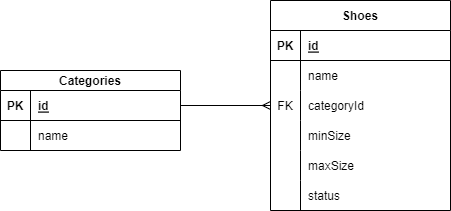
The draw.io diagram schema.drawio.png in ronaldokwan/Shoe-Store, before a commit. Source tidied: cells renumbered, new cells last; positions are measured from the earlier drawing's top-left corner, leaving out a move shared by most shapes. The source it was exported from:
```xml
<mxGraphModel>
  <root>
    <mxCell id="0" />
    <mxCell id="1" parent="0" />
    <mxCell id="2" value="Categories" style="shape=table;startSize=20;rowLines=0;fontStyle=1;align=center;" parent="1" vertex="1">
      <mxGeometry y="70" width="180" height="80" as="geometry" />
    </mxCell>
    <mxCell id="3" style="shape=tableRow;horizontal=0;startSize=0;swimlaneHead=0;swimlaneBody=0;fillColor=none;points=[[0,0.5],[1,0.5]];portConstraint=eastwest;top=0;left=0;right=0;bottom=1;" parent="2" vertex="1">
      <mxGeometry y="20" width="180" height="30" as="geometry" />
    </mxCell>
    <mxCell id="4" value="PK" style="shape=partialRectangle;fillColor=none;top=0;left=0;bottom=0;right=0;fontStyle=1;overflow=hidden;" parent="3" vertex="1">
      <mxGeometry width="30" height="30" as="geometry" />
    </mxCell>
    <mxCell id="5" value="id" style="shape=partialRectangle;fillColor=none;top=0;left=0;bottom=0;right=0;align=left;spacingLeft=6;fontStyle=5;overflow=hidden;" parent="3" vertex="1">
      <mxGeometry x="30" width="150" height="30" as="geometry" />
    </mxCell>
    <mxCell id="6" style="shape=tableRow;horizontal=0;startSize=0;swimlaneHead=0;swimlaneBody=0;fillColor=none;top=0;left=0;right=0;bottom=0;" parent="2" vertex="1">
      <mxGeometry y="50" width="180" height="30" as="geometry" />
    </mxCell>
    <mxCell id="7" style="shape=partialRectangle;fillColor=none;top=0;left=0;bottom=0;right=0;overflow=hidden;" parent="6" vertex="1">
      <mxGeometry width="30" height="30" as="geometry" />
    </mxCell>
    <mxCell id="8" value="name" style="shape=partialRectangle;fillColor=none;top=0;left=0;bottom=0;right=0;align=left;spacingLeft=6;overflow=hidden;" parent="6" vertex="1">
      <mxGeometry x="30" width="150" height="30" as="geometry" />
    </mxCell>
    <mxCell id="9" value="Shoes" style="shape=table;startSize=30;rowLines=0;fontStyle=1;align=center;" parent="1" vertex="1">
      <mxGeometry x="270" width="180" height="210" as="geometry" />
    </mxCell>
    <mxCell id="10" style="shape=tableRow;horizontal=0;startSize=0;swimlaneHead=0;swimlaneBody=0;fillColor=none;top=0;left=0;right=0;bottom=1;" parent="9" vertex="1">
      <mxGeometry y="30" width="180" height="30" as="geometry" />
    </mxCell>
    <mxCell id="11" value="PK" style="shape=partialRectangle;fillColor=none;top=0;left=0;bottom=0;right=0;fontStyle=1;overflow=hidden;" parent="10" vertex="1">
      <mxGeometry width="30" height="30" as="geometry" />
    </mxCell>
    <mxCell id="12" value="id" style="shape=partialRectangle;fillColor=none;top=0;left=0;bottom=0;right=0;align=left;spacingLeft=6;fontStyle=5;overflow=hidden;" parent="10" vertex="1">
      <mxGeometry x="30" width="150" height="30" as="geometry" />
    </mxCell>
    <mxCell id="13" style="shape=tableRow;horizontal=0;startSize=0;swimlaneHead=0;swimlaneBody=0;fillColor=none;top=0;left=0;right=0;bottom=0;" parent="9" vertex="1">
      <mxGeometry y="60" width="180" height="30" as="geometry" />
    </mxCell>
    <mxCell id="14" style="shape=partialRectangle;fillColor=none;top=0;left=0;bottom=0;right=0;overflow=hidden;" parent="13" vertex="1">
      <mxGeometry width="30" height="30" as="geometry" />
    </mxCell>
    <mxCell id="15" value="name" style="shape=partialRectangle;fillColor=none;top=0;left=0;bottom=0;right=0;align=left;spacingLeft=6;overflow=hidden;" parent="13" vertex="1">
      <mxGeometry x="30" width="150" height="30" as="geometry" />
    </mxCell>
    <mxCell id="16" style="shape=tableRow;horizontal=0;startSize=0;swimlaneHead=0;swimlaneBody=0;fillColor=none;points=[[0,0.5],[1,0.5]];portConstraint=eastwest;top=0;left=0;right=0;bottom=0;" parent="9" vertex="1">
      <mxGeometry y="90" width="180" height="30" as="geometry" />
    </mxCell>
    <mxCell id="17" value="FK" style="shape=partialRectangle;fillColor=none;top=0;left=0;bottom=0;right=0;overflow=hidden;" parent="16" vertex="1">
      <mxGeometry width="30" height="30" as="geometry" />
    </mxCell>
    <mxCell id="18" value="categoryId" style="shape=partialRectangle;fillColor=none;top=0;left=0;bottom=0;right=0;align=left;spacingLeft=6;overflow=hidden;" parent="16" vertex="1">
      <mxGeometry x="30" width="150" height="30" as="geometry" />
    </mxCell>
    <mxCell id="19" style="shape=tableRow;horizontal=0;startSize=0;swimlaneHead=0;swimlaneBody=0;fillColor=none;top=0;left=0;right=0;bottom=0;" parent="9" vertex="1">
      <mxGeometry y="120" width="180" height="30" as="geometry" />
    </mxCell>
    <mxCell id="20" style="shape=partialRectangle;fillColor=none;top=0;left=0;bottom=0;right=0;overflow=hidden;" parent="19" vertex="1">
      <mxGeometry width="30" height="30" as="geometry" />
    </mxCell>
    <mxCell id="21" value="minSize" style="shape=partialRectangle;fillColor=none;top=0;left=0;bottom=0;right=0;align=left;spacingLeft=6;overflow=hidden;" parent="19" vertex="1">
      <mxGeometry x="30" width="150" height="30" as="geometry" />
    </mxCell>
    <mxCell id="22" style="shape=tableRow;horizontal=0;startSize=0;swimlaneHead=0;swimlaneBody=0;fillColor=none;top=0;left=0;right=0;bottom=0;" parent="9" vertex="1">
      <mxGeometry y="150" width="180" height="30" as="geometry" />
    </mxCell>
    <mxCell id="23" style="shape=partialRectangle;fillColor=none;top=0;left=0;bottom=0;right=0;overflow=hidden;" parent="22" vertex="1">
      <mxGeometry width="30" height="30" as="geometry" />
    </mxCell>
    <mxCell id="24" value="maxSize" style="shape=partialRectangle;fillColor=none;top=0;left=0;bottom=0;right=0;align=left;spacingLeft=6;overflow=hidden;" parent="22" vertex="1">
      <mxGeometry x="30" width="150" height="30" as="geometry" />
    </mxCell>
    <mxCell id="25" style="shape=tableRow;horizontal=0;startSize=0;swimlaneHead=0;swimlaneBody=0;fillColor=none;top=0;left=0;right=0;bottom=0;" parent="9" vertex="1">
      <mxGeometry y="180" width="180" height="30" as="geometry" />
    </mxCell>
    <mxCell id="26" style="shape=partialRectangle;fillColor=none;top=0;left=0;bottom=0;right=0;overflow=hidden;" parent="25" vertex="1">
      <mxGeometry width="30" height="30" as="geometry" />
    </mxCell>
    <mxCell id="27" value="status" style="shape=partialRectangle;fillColor=none;top=0;left=0;bottom=0;right=0;align=left;spacingLeft=6;overflow=hidden;" parent="25" vertex="1">
      <mxGeometry x="30" width="150" height="30" as="geometry" />
    </mxCell>
    <mxCell id="28" style="edgeStyle=none;html=1;exitX=1;exitY=0.5;exitDx=0;exitDy=0;entryX=0;entryY=0.5;entryDx=0;entryDy=0;endArrow=ERmany;endFill=0;" parent="1" edge="1" source="3" target="16">
      <mxGeometry relative="1" as="geometry" />
    </mxCell>
  </root>
</mxGraphModel>
```
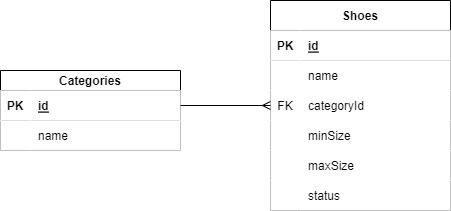
After the commit.

The edit, as a diff of the source:
```diff
@@ -5,79 +5,79 @@
     <mxCell id="2" value="Categories" style="shape=table;startSize=20;rowLines=0;fontStyle=1;align=center;" parent="1" vertex="1">
       <mxGeometry y="70" width="180" height="80" as="geometry" />
     </mxCell>
-    <mxCell id="3" style="shape=tableRow;horizontal=0;startSize=0;swimlaneHead=0;swimlaneBody=0;fillColor=none;points=[[0,0.5],[1,0.5]];portConstraint=eastwest;top=0;left=0;right=0;bottom=1;" parent="2" vertex="1">
+    <mxCell id="3" style="shape=tableRow;horizontal=0;startSize=0;swimlaneHead=0;swimlaneBody=0;points=[[0,0.5],[1,0.5]];portConstraint=eastwest;top=0;left=0;right=0;bottom=1;" parent="2" vertex="1">
       <mxGeometry y="20" width="180" height="30" as="geometry" />
     </mxCell>
-    <mxCell id="4" value="PK" style="shape=partialRectangle;fillColor=none;top=0;left=0;bottom=0;right=0;fontStyle=1;overflow=hidden;" parent="3" vertex="1">
+    <mxCell id="4" value="PK" style="shape=partialRectangle;top=0;left=0;bottom=0;right=0;fontStyle=1;overflow=hidden;" parent="3" vertex="1">
       <mxGeometry width="30" height="30" as="geometry" />
     </mxCell>
-    <mxCell id="5" value="id" style="shape=partialRectangle;fillColor=none;top=0;left=0;bottom=0;right=0;align=left;spacingLeft=6;fontStyle=5;overflow=hidden;" parent="3" vertex="1">
+    <mxCell id="5" value="id" style="shape=partialRectangle;top=0;left=0;bottom=0;right=0;align=left;spacingLeft=6;fontStyle=5;overflow=hidden;" parent="3" vertex="1">
       <mxGeometry x="30" width="150" height="30" as="geometry" />
     </mxCell>
-    <mxCell id="6" style="shape=tableRow;horizontal=0;startSize=0;swimlaneHead=0;swimlaneBody=0;fillColor=none;top=0;left=0;right=0;bottom=0;" parent="2" vertex="1">
+    <mxCell id="6" style="shape=tableRow;horizontal=0;startSize=0;swimlaneHead=0;swimlaneBody=0;top=0;left=0;right=0;bottom=0;" parent="2" vertex="1">
       <mxGeometry y="50" width="180" height="30" as="geometry" />
     </mxCell>
-    <mxCell id="7" style="shape=partialRectangle;fillColor=none;top=0;left=0;bottom=0;right=0;overflow=hidden;" parent="6" vertex="1">
+    <mxCell id="7" style="shape=partialRectangle;top=0;left=0;bottom=0;right=0;overflow=hidden;" parent="6" vertex="1">
       <mxGeometry width="30" height="30" as="geometry" />
     </mxCell>
-    <mxCell id="8" value="name" style="shape=partialRectangle;fillColor=none;top=0;left=0;bottom=0;right=0;align=left;spacingLeft=6;overflow=hidden;" parent="6" vertex="1">
+    <mxCell id="8" value="name" style="shape=partialRectangle;top=0;left=0;bottom=0;right=0;align=left;spacingLeft=6;overflow=hidden;" parent="6" vertex="1">
       <mxGeometry x="30" width="150" height="30" as="geometry" />
     </mxCell>
     <mxCell id="9" value="Shoes" style="shape=table;startSize=30;rowLines=0;fontStyle=1;align=center;" parent="1" vertex="1">
       <mxGeometry x="270" width="180" height="210" as="geometry" />
     </mxCell>
-    <mxCell id="10" style="shape=tableRow;horizontal=0;startSize=0;swimlaneHead=0;swimlaneBody=0;fillColor=none;top=0;left=0;right=0;bottom=1;" parent="9" vertex="1">
+    <mxCell id="10" style="shape=tableRow;horizontal=0;startSize=0;swimlaneHead=0;swimlaneBody=0;top=0;left=0;right=0;bottom=1;" parent="9" vertex="1">
       <mxGeometry y="30" width="180" height="30" as="geometry" />
     </mxCell>
-    <mxCell id="11" value="PK" style="shape=partialRectangle;fillColor=none;top=0;left=0;bottom=0;right=0;fontStyle=1;overflow=hidden;" parent="10" vertex="1">
+    <mxCell id="11" value="PK" style="shape=partialRectangle;top=0;left=0;bottom=0;right=0;fontStyle=1;overflow=hidden;" parent="10" vertex="1">
       <mxGeometry width="30" height="30" as="geometry" />
     </mxCell>
-    <mxCell id="12" value="id" style="shape=partialRectangle;fillColor=none;top=0;left=0;bottom=0;right=0;align=left;spacingLeft=6;fontStyle=5;overflow=hidden;" parent="10" vertex="1">
+    <mxCell id="12" value="id" style="shape=partialRectangle;top=0;left=0;bottom=0;right=0;align=left;spacingLeft=6;fontStyle=5;overflow=hidden;" parent="10" vertex="1">
       <mxGeometry x="30" width="150" height="30" as="geometry" />
     </mxCell>
-    <mxCell id="13" style="shape=tableRow;horizontal=0;startSize=0;swimlaneHead=0;swimlaneBody=0;fillColor=none;top=0;left=0;right=0;bottom=0;" parent="9" vertex="1">
+    <mxCell id="13" style="shape=tableRow;horizontal=0;startSize=0;swimlaneHead=0;swimlaneBody=0;top=0;left=0;right=0;bottom=0;" parent="9" vertex="1">
       <mxGeometry y="60" width="180" height="30" as="geometry" />
     </mxCell>
-    <mxCell id="14" style="shape=partialRectangle;fillColor=none;top=0;left=0;bottom=0;right=0;overflow=hidden;" parent="13" vertex="1">
+    <mxCell id="14" style="shape=partialRectangle;top=0;left=0;bottom=0;right=0;overflow=hidden;" parent="13" vertex="1">
       <mxGeometry width="30" height="30" as="geometry" />
     </mxCell>
-    <mxCell id="15" value="name" style="shape=partialRectangle;fillColor=none;top=0;left=0;bottom=0;right=0;align=left;spacingLeft=6;overflow=hidden;" parent="13" vertex="1">
+    <mxCell id="15" value="name" style="shape=partialRectangle;top=0;left=0;bottom=0;right=0;align=left;spacingLeft=6;overflow=hidden;" parent="13" vertex="1">
       <mxGeometry x="30" width="150" height="30" as="geometry" />
     </mxCell>
-    <mxCell id="16" style="shape=tableRow;horizontal=0;startSize=0;swimlaneHead=0;swimlaneBody=0;fillColor=none;points=[[0,0.5],[1,0.5]];portConstraint=eastwest;top=0;left=0;right=0;bottom=0;" parent="9" vertex="1">
+    <mxCell id="16" style="shape=tableRow;horizontal=0;startSize=0;swimlaneHead=0;swimlaneBody=0;points=[[0,0.5],[1,0.5]];portConstraint=eastwest;top=0;left=0;right=0;bottom=0;" parent="9" vertex="1">
       <mxGeometry y="90" width="180" height="30" as="geometry" />
     </mxCell>
-    <mxCell id="17" value="FK" style="shape=partialRectangle;fillColor=none;top=0;left=0;bottom=0;right=0;overflow=hidden;" parent="16" vertex="1">
+    <mxCell id="17" value="FK" style="shape=partialRectangle;top=0;left=0;bottom=0;right=0;overflow=hidden;" parent="16" vertex="1">
       <mxGeometry width="30" height="30" as="geometry" />
     </mxCell>
-    <mxCell id="18" value="categoryId" style="shape=partialRectangle;fillColor=none;top=0;left=0;bottom=0;right=0;align=left;spacingLeft=6;overflow=hidden;" parent="16" vertex="1">
+    <mxCell id="18" value="categoryId" style="shape=partialRectangle;top=0;left=0;bottom=0;right=0;align=left;spacingLeft=6;overflow=hidden;" parent="16" vertex="1">
       <mxGeometry x="30" width="150" height="30" as="geometry" />
     </mxCell>
-    <mxCell id="19" style="shape=tableRow;horizontal=0;startSize=0;swimlaneHead=0;swimlaneBody=0;fillColor=none;top=0;left=0;right=0;bottom=0;" parent="9" vertex="1">
+    <mxCell id="19" style="shape=tableRow;horizontal=0;startSize=0;swimlaneHead=0;swimlaneBody=0;top=0;left=0;right=0;bottom=0;" parent="9" vertex="1">
       <mxGeometry y="120" width="180" height="30" as="geometry" />
     </mxCell>
-    <mxCell id="20" style="shape=partialRectangle;fillColor=none;top=0;left=0;bottom=0;right=0;overflow=hidden;" parent="19" vertex="1">
+    <mxCell id="20" style="shape=partialRectangle;top=0;left=0;bottom=0;right=0;overflow=hidden;" parent="19" vertex="1">
       <mxGeometry width="30" height="30" as="geometry" />
     </mxCell>
-    <mxCell id="21" value="minSize" style="shape=partialRectangle;fillColor=none;top=0;left=0;bottom=0;right=0;align=left;spacingLeft=6;overflow=hidden;" parent="19" vertex="1">
+    <mxCell id="21" value="minSize" style="shape=partialRectangle;top=0;left=0;bottom=0;right=0;align=left;spacingLeft=6;overflow=hidden;" parent="19" vertex="1">
       <mxGeometry x="30" width="150" height="30" as="geometry" />
     </mxCell>
-    <mxCell id="22" style="shape=tableRow;horizontal=0;startSize=0;swimlaneHead=0;swimlaneBody=0;fillColor=none;top=0;left=0;right=0;bottom=0;" parent="9" vertex="1">
+    <mxCell id="22" style="shape=tableRow;horizontal=0;startSize=0;swimlaneHead=0;swimlaneBody=0;top=0;left=0;right=0;bottom=0;" parent="9" vertex="1">
       <mxGeometry y="150" width="180" height="30" as="geometry" />
     </mxCell>
-    <mxCell id="23" style="shape=partialRectangle;fillColor=none;top=0;left=0;bottom=0;right=0;overflow=hidden;" parent="22" vertex="1">
+    <mxCell id="23" style="shape=partialRectangle;top=0;left=0;bottom=0;right=0;overflow=hidden;" parent="22" vertex="1">
       <mxGeometry width="30" height="30" as="geometry" />
     </mxCell>
-    <mxCell id="24" value="maxSize" style="shape=partialRectangle;fillColor=none;top=0;left=0;bottom=0;right=0;align=left;spacingLeft=6;overflow=hidden;" parent="22" vertex="1">
+    <mxCell id="24" value="maxSize" style="shape=partialRectangle;top=0;left=0;bottom=0;right=0;align=left;spacingLeft=6;overflow=hidden;" parent="22" vertex="1">
       <mxGeometry x="30" width="150" height="30" as="geometry" />
     </mxCell>
-    <mxCell id="25" style="shape=tableRow;horizontal=0;startSize=0;swimlaneHead=0;swimlaneBody=0;fillColor=none;top=0;left=0;right=0;bottom=0;" parent="9" vertex="1">
+    <mxCell id="25" style="shape=tableRow;horizontal=0;startSize=0;swimlaneHead=0;swimlaneBody=0;top=0;left=0;right=0;bottom=0;" parent="9" vertex="1">
       <mxGeometry y="180" width="180" height="30" as="geometry" />
     </mxCell>
-    <mxCell id="26" style="shape=partialRectangle;fillColor=none;top=0;left=0;bottom=0;right=0;overflow=hidden;" parent="25" vertex="1">
+    <mxCell id="26" style="shape=partialRectangle;top=0;left=0;bottom=0;right=0;overflow=hidden;" parent="25" vertex="1">
       <mxGeometry width="30" height="30" as="geometry" />
     </mxCell>
-    <mxCell id="27" value="status" style="shape=partialRectangle;fillColor=none;top=0;left=0;bottom=0;right=0;align=left;spacingLeft=6;overflow=hidden;" parent="25" vertex="1">
+    <mxCell id="27" value="status" style="shape=partialRectangle;top=0;left=0;bottom=0;right=0;align=left;spacingLeft=6;overflow=hidden;" parent="25" vertex="1">
       <mxGeometry x="30" width="150" height="30" as="geometry" />
     </mxCell>
     <mxCell id="28" style="edgeStyle=none;html=1;exitX=1;exitY=0.5;exitDx=0;exitDy=0;entryX=0;entryY=0.5;entryDx=0;entryDy=0;endArrow=ERmany;endFill=0;" parent="1" edge="1" source="3" target="16">
```
